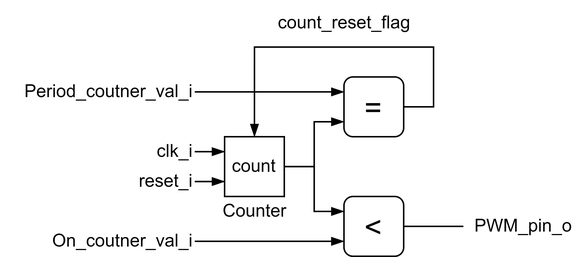
s-grundner/LVA-VHDL-PR keeps this draw.io diagram as EX03/latex/images/PWM-Arch.png. Above is the earlier version. Source tidied: cells renumbered, new cells last; positions are measured from the earlier drawing's top-left corner, leaving out a move shared by most shapes. Source of this version:
```xml
<mxGraphModel>
  <root>
    <mxCell id="0" />
    <mxCell id="1" parent="0" />
    <mxCell id="2" style="edgeStyle=orthogonalEdgeStyle;rounded=0;jettySize=auto;html=1;entryX=0;entryY=0.25;entryDx=0;entryDy=0;fontSize=20;endArrow=blockThin;endFill=1;" parent="1" edge="1" source="3" target="11">
      <mxGeometry relative="1" as="geometry" />
    </mxCell>
    <mxCell id="3" value="Period_coutner_val_i" style="text;html=1;align=right;verticalAlign=middle;points=[];strokeColor=none;fillColor=none;fontSize=12;" parent="1" vertex="1">
      <mxGeometry y="20" width="130" height="20" as="geometry" />
    </mxCell>
    <mxCell id="4" style="edgeStyle=orthogonalEdgeStyle;rounded=0;jettySize=auto;html=1;entryX=0;entryY=0.75;entryDx=0;entryDy=0;fontSize=20;endArrow=blockThin;endFill=1;" parent="1" edge="1" source="5" target="13">
      <mxGeometry relative="1" as="geometry" />
    </mxCell>
    <mxCell id="5" value="On_coutner_val_i" style="text;html=1;align=right;verticalAlign=middle;points=[];strokeColor=none;fillColor=none;fontSize=12;" parent="1" vertex="1">
      <mxGeometry x="20" y="120" width="110" height="20" as="geometry" />
    </mxCell>
    <mxCell id="6" style="edgeStyle=orthogonalEdgeStyle;rounded=0;jettySize=auto;html=1;exitX=1;exitY=0.5;exitDx=0;exitDy=0;entryX=0;entryY=0.75;entryDx=0;entryDy=0;fontSize=20;endArrow=blockThin;endFill=1;" parent="1" edge="1" source="8" target="11">
      <mxGeometry relative="1" as="geometry" />
    </mxCell>
    <mxCell id="7" style="edgeStyle=orthogonalEdgeStyle;rounded=0;jettySize=auto;html=1;exitX=1;exitY=0.5;exitDx=0;exitDy=0;entryX=0;entryY=0.25;entryDx=0;entryDy=0;fontSize=20;endArrow=blockThin;endFill=1;" parent="1" edge="1" source="8" target="13">
      <mxGeometry relative="1" as="geometry" />
    </mxCell>
    <mxCell id="8" value="count" style="whiteSpace=wrap;html=1;fontSize=12;" parent="1" vertex="1">
      <mxGeometry x="150" y="60" width="40" height="40" as="geometry" />
    </mxCell>
    <mxCell id="9" style="edgeStyle=orthogonalEdgeStyle;rounded=0;jettySize=auto;html=1;exitX=1;exitY=0.5;exitDx=0;exitDy=0;fontSize=20;endArrow=blockThin;endFill=1;entryX=0.5;entryY=0;entryDx=0;entryDy=0;" parent="1" edge="1" source="11" target="8">
      <mxGeometry relative="1" as="geometry">
        <Array as="points">
          <mxPoint x="290" y="40" />
          <mxPoint x="290" />
          <mxPoint x="170" />
        </Array>
      </mxGeometry>
    </mxCell>
    <mxCell id="10" value="&lt;font style=&quot;font-size: 12px&quot;&gt;count_reset_flag&lt;/font&gt;" style="edgeLabel;html=1;align=center;verticalAlign=middle;fontSize=20;fontColor=default;labelBackgroundColor=none;" parent="9" vertex="1">
      <mxGeometry x="-0.15" y="-3" relative="1" as="geometry">
        <mxPoint x="-18" y="-17" as="offset" />
      </mxGeometry>
    </mxCell>
    <mxCell id="11" value="=" style="rounded=1;whiteSpace=wrap;html=1;fontSize=20;" parent="1" vertex="1">
      <mxGeometry x="230" y="20" width="40" height="40" as="geometry" />
    </mxCell>
    <mxCell id="12" style="edgeStyle=orthogonalEdgeStyle;rounded=0;jettySize=auto;html=1;exitX=1;exitY=0.5;exitDx=0;exitDy=0;fontSize=20;endArrow=none;endFill=0;" parent="1" edge="1" source="13">
      <mxGeometry relative="1" as="geometry">
        <mxPoint x="310" y="120" as="targetPoint" />
      </mxGeometry>
    </mxCell>
    <mxCell id="13" value="&amp;lt;" style="rounded=1;whiteSpace=wrap;html=1;fontSize=20;" parent="1" vertex="1">
      <mxGeometry x="230" y="100" width="40" height="40" as="geometry" />
    </mxCell>
    <mxCell id="14" value="PWM_pin_o" style="text;html=1;align=center;verticalAlign=middle;strokeColor=none;fillColor=none;fontSize=12;fontColor=default;" parent="1" vertex="1">
      <mxGeometry x="310" y="110" width="80" height="20" as="geometry" />
    </mxCell>
    <mxCell id="15" value="Counter" style="text;html=1;align=center;verticalAlign=middle;strokeColor=none;fillColor=none;fontSize=12;fontColor=default;" parent="1" vertex="1">
      <mxGeometry x="140" y="100" width="60" height="20" as="geometry" />
    </mxCell>
    <mxCell id="16" style="edgeStyle=orthogonalEdgeStyle;rounded=0;jettySize=auto;html=1;entryX=0;entryY=0.25;entryDx=0;entryDy=0;fontSize=12;fontColor=default;endArrow=blockThin;endFill=1;" parent="1" edge="1" source="17" target="8">
      <mxGeometry relative="1" as="geometry" />
    </mxCell>
    <mxCell id="17" value="clk_i" style="text;html=1;align=right;verticalAlign=middle;points=[];strokeColor=none;fillColor=none;fontSize=12;fontColor=default;" parent="1" vertex="1">
      <mxGeometry x="90" y="60" width="40" height="20" as="geometry" />
    </mxCell>
    <mxCell id="18" style="edgeStyle=orthogonalEdgeStyle;rounded=0;jettySize=auto;html=1;entryX=0;entryY=0.75;entryDx=0;entryDy=0;fontSize=12;fontColor=default;endArrow=blockThin;endFill=1;" parent="1" edge="1" source="19" target="8">
      <mxGeometry relative="1" as="geometry" />
    </mxCell>
    <mxCell id="19" value="reset_i" style="text;html=1;align=right;verticalAlign=middle;points=[];strokeColor=none;fillColor=none;fontSize=12;fontColor=default;" parent="1" vertex="1">
      <mxGeometry x="80" y="80" width="50" height="20" as="geometry" />
    </mxCell>
  </root>
</mxGraphModel>
```
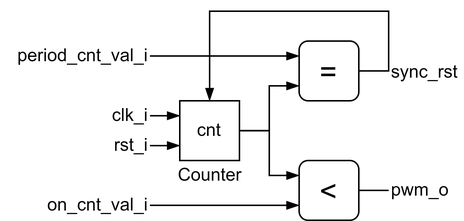
The same file after the commit.

Change to the diagram source:
```diff
@@ -5,14 +5,14 @@
     <mxCell id="2" style="edgeStyle=orthogonalEdgeStyle;rounded=0;jettySize=auto;html=1;entryX=0;entryY=0.25;entryDx=0;entryDy=0;fontSize=20;endArrow=blockThin;endFill=1;" parent="1" edge="1" source="3" target="11">
       <mxGeometry relative="1" as="geometry" />
     </mxCell>
-    <mxCell id="3" value="Period_coutner_val_i" style="text;html=1;align=right;verticalAlign=middle;points=[];strokeColor=none;fillColor=none;fontSize=12;" parent="1" vertex="1">
-      <mxGeometry y="20" width="130" height="20" as="geometry" />
+    <mxCell id="3" value="period_cnt_val_i" style="text;html=1;align=right;verticalAlign=middle;points=[];strokeColor=none;fillColor=none;fontSize=12;" parent="1" vertex="1">
+      <mxGeometry x="30" y="20" width="100" height="20" as="geometry" />
     </mxCell>
     <mxCell id="4" style="edgeStyle=orthogonalEdgeStyle;rounded=0;jettySize=auto;html=1;entryX=0;entryY=0.75;entryDx=0;entryDy=0;fontSize=20;endArrow=blockThin;endFill=1;" parent="1" edge="1" source="5" target="13">
       <mxGeometry relative="1" as="geometry" />
     </mxCell>
-    <mxCell id="5" value="On_coutner_val_i" style="text;html=1;align=right;verticalAlign=middle;points=[];strokeColor=none;fillColor=none;fontSize=12;" parent="1" vertex="1">
-      <mxGeometry x="20" y="120" width="110" height="20" as="geometry" />
+    <mxCell id="5" value="on_cnt_val_i" style="text;html=1;align=right;verticalAlign=middle;points=[];strokeColor=none;fillColor=none;fontSize=12;" parent="1" vertex="1">
+      <mxGeometry x="50" y="120" width="80" height="20" as="geometry" />
     </mxCell>
     <mxCell id="6" style="edgeStyle=orthogonalEdgeStyle;rounded=0;jettySize=auto;html=1;exitX=1;exitY=0.5;exitDx=0;exitDy=0;entryX=0;entryY=0.75;entryDx=0;entryDy=0;fontSize=20;endArrow=blockThin;endFill=1;" parent="1" edge="1" source="8" target="11">
       <mxGeometry relative="1" as="geometry" />
@@ -20,11 +20,13 @@
     <mxCell id="7" style="edgeStyle=orthogonalEdgeStyle;rounded=0;jettySize=auto;html=1;exitX=1;exitY=0.5;exitDx=0;exitDy=0;entryX=0;entryY=0.25;entryDx=0;entryDy=0;fontSize=20;endArrow=blockThin;endFill=1;" parent="1" edge="1" source="8" target="13">
       <mxGeometry relative="1" as="geometry" />
     </mxCell>
-    <mxCell id="8" value="count" style="whiteSpace=wrap;html=1;fontSize=12;" parent="1" vertex="1">
+    <mxCell id="8" value="cnt" style="whiteSpace=wrap;html=1;fontSize=12;" parent="1" vertex="1">
       <mxGeometry x="150" y="60" width="40" height="40" as="geometry" />
     </mxCell>
-    <mxCell id="9" style="edgeStyle=orthogonalEdgeStyle;rounded=0;jettySize=auto;html=1;exitX=1;exitY=0.5;exitDx=0;exitDy=0;fontSize=20;endArrow=blockThin;endFill=1;entryX=0.5;entryY=0;entryDx=0;entryDy=0;" parent="1" edge="1" source="11" target="8">
+    <mxCell id="9" style="edgeStyle=orthogonalEdgeStyle;rounded=0;orthogonalLoop=1;jettySize=auto;html=1;exitX=1;exitY=0.5;exitDx=0;exitDy=0;fontSize=20;endArrow=blockThin;endFill=1;entryX=0.5;entryY=0;entryDx=0;entryDy=0;" parent="1" edge="1">
       <mxGeometry relative="1" as="geometry">
+        <mxPoint x="270" y="40" as="sourcePoint" />
+        <mxPoint x="170" y="60" as="targetPoint" />
         <Array as="points">
           <mxPoint x="290" y="40" />
           <mxPoint x="290" />
@@ -32,9 +34,9 @@
         </Array>
       </mxGeometry>
     </mxCell>
-    <mxCell id="10" value="&lt;font style=&quot;font-size: 12px&quot;&gt;count_reset_flag&lt;/font&gt;" style="edgeLabel;html=1;align=center;verticalAlign=middle;fontSize=20;fontColor=default;labelBackgroundColor=none;" parent="9" vertex="1">
+    <mxCell id="10" value="&lt;font style=&quot;font-size: 12px&quot;&gt;sync_rst&lt;/font&gt;" style="edgeLabel;html=1;align=left;verticalAlign=middle;fontSize=12;fontColor=default;labelBackgroundColor=none;" parent="9" vertex="1">
       <mxGeometry x="-0.15" y="-3" relative="1" as="geometry">
-        <mxPoint x="-18" y="-17" as="offset" />
+        <mxPoint x="42" y="43" as="offset" />
       </mxGeometry>
     </mxCell>
     <mxCell id="11" value="=" style="rounded=1;whiteSpace=wrap;html=1;fontSize=20;" parent="1" vertex="1">
@@ -42,14 +44,14 @@
     </mxCell>
     <mxCell id="12" style="edgeStyle=orthogonalEdgeStyle;rounded=0;jettySize=auto;html=1;exitX=1;exitY=0.5;exitDx=0;exitDy=0;fontSize=20;endArrow=none;endFill=0;" parent="1" edge="1" source="13">
       <mxGeometry relative="1" as="geometry">
-        <mxPoint x="310" y="120" as="targetPoint" />
+        <mxPoint x="290" y="120" as="targetPoint" />
       </mxGeometry>
     </mxCell>
     <mxCell id="13" value="&amp;lt;" style="rounded=1;whiteSpace=wrap;html=1;fontSize=20;" parent="1" vertex="1">
       <mxGeometry x="230" y="100" width="40" height="40" as="geometry" />
     </mxCell>
-    <mxCell id="14" value="PWM_pin_o" style="text;html=1;align=center;verticalAlign=middle;strokeColor=none;fillColor=none;fontSize=12;fontColor=default;" parent="1" vertex="1">
-      <mxGeometry x="310" y="110" width="80" height="20" as="geometry" />
+    <mxCell id="14" value="pwm_o" style="text;html=1;align=left;verticalAlign=middle;strokeColor=none;fillColor=none;fontSize=12;fontColor=default;" parent="1" vertex="1">
+      <mxGeometry x="290" y="110" width="50" height="20" as="geometry" />
     </mxCell>
     <mxCell id="15" value="Counter" style="text;html=1;align=center;verticalAlign=middle;strokeColor=none;fillColor=none;fontSize=12;fontColor=default;" parent="1" vertex="1">
       <mxGeometry x="140" y="100" width="60" height="20" as="geometry" />
@@ -63,8 +65,8 @@
     <mxCell id="18" style="edgeStyle=orthogonalEdgeStyle;rounded=0;jettySize=auto;html=1;entryX=0;entryY=0.75;entryDx=0;entryDy=0;fontSize=12;fontColor=default;endArrow=blockThin;endFill=1;" parent="1" edge="1" source="19" target="8">
       <mxGeometry relative="1" as="geometry" />
     </mxCell>
-    <mxCell id="19" value="reset_i" style="text;html=1;align=right;verticalAlign=middle;points=[];strokeColor=none;fillColor=none;fontSize=12;fontColor=default;" parent="1" vertex="1">
-      <mxGeometry x="80" y="80" width="50" height="20" as="geometry" />
+    <mxCell id="19" value="rst_i" style="text;html=1;align=right;verticalAlign=middle;points=[];strokeColor=none;fillColor=none;fontSize=12;fontColor=default;" parent="1" vertex="1">
+      <mxGeometry x="90" y="80" width="40" height="20" as="geometry" />
     </mxCell>
   </root>
 </mxGraphModel>
```
